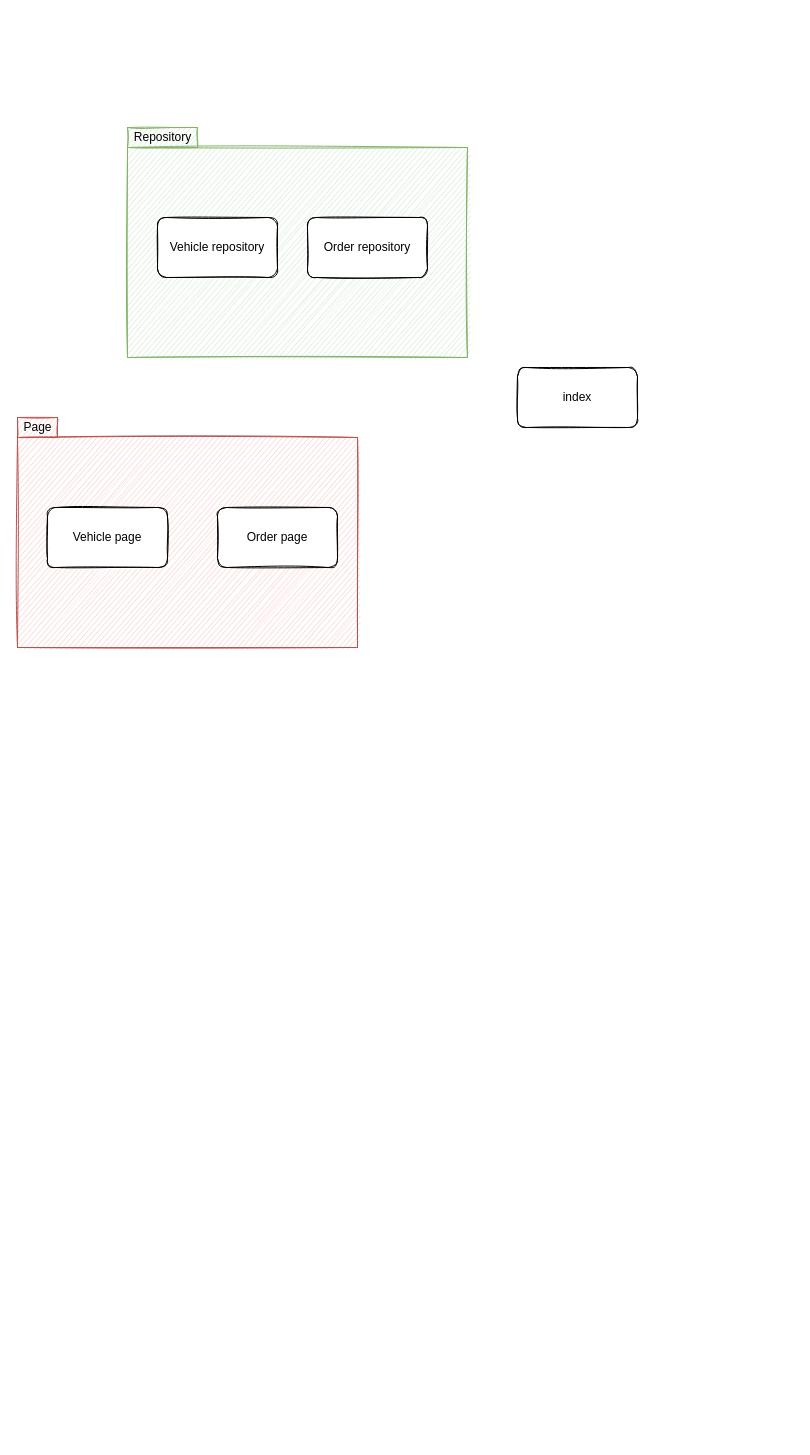
Earlier version of the draw.io diagram fluxogramas/Untitled Diagram.drawio (caioliveira277/drawio-fluxogramas). Source tidied: cells renumbered, new cells numbered last; positions are measured from the earlier drawing's top-left corner, leaving out a move shared by most shapes. Both pictures are drawn from the tidied source at 100%, with x=0, y=0 at pixel (17, 127).
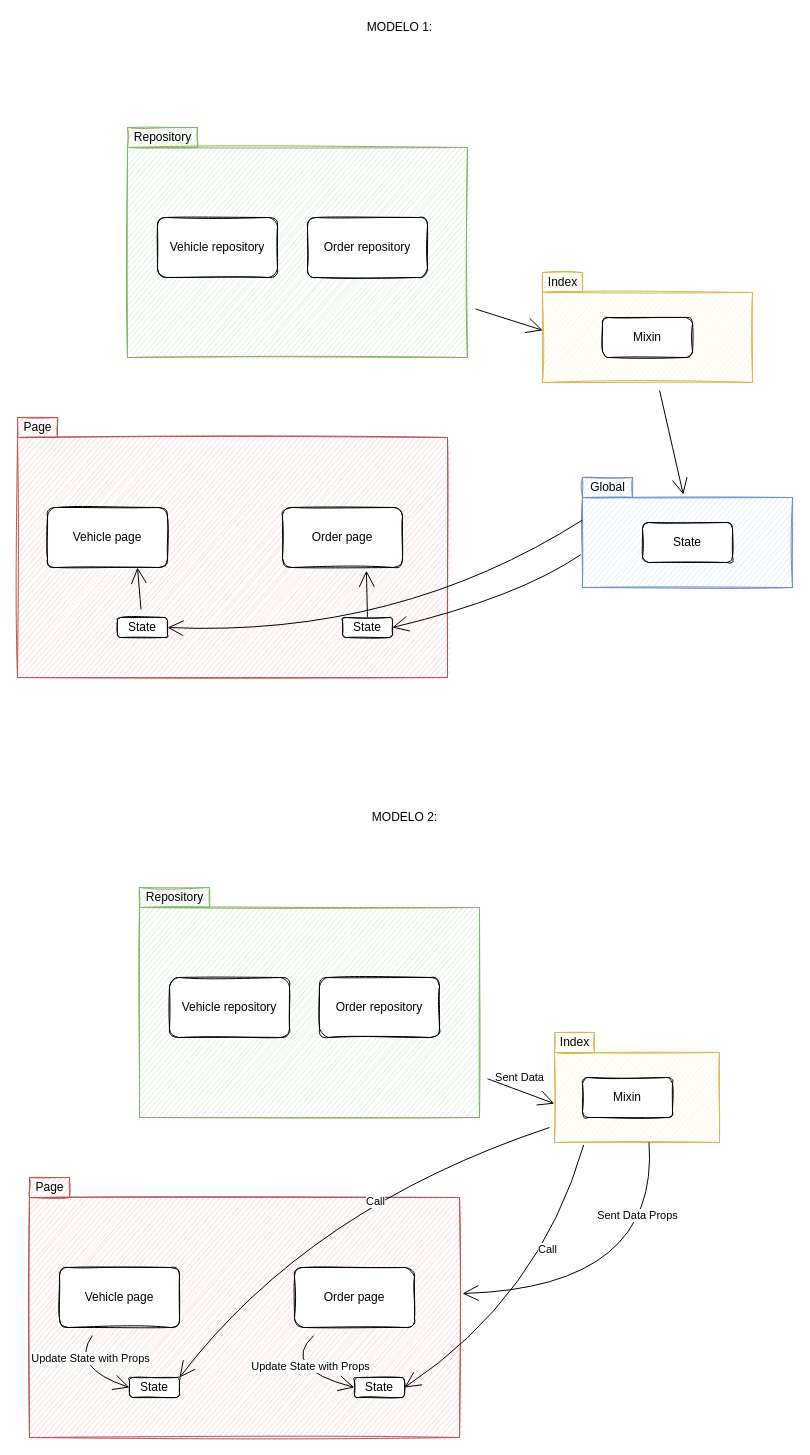
Above is the later version.

Unchanged cells that the change refers to:
```xml
<mxCell id="2" style="rounded=0;whiteSpace=wrap;html=1;shadow=0;glass=0;sketch=1;hachureGap=4;sketchStyle=rough;fillColor=#d5e8d4;strokeColor=#82b366;" parent="1" vertex="1">
  <mxGeometry x="110" y="20" width="340" height="210" as="geometry" />
</mxCell>
<mxCell id="9" value="Vehicle page" style="rounded=1;whiteSpace=wrap;html=1;hachureGap=4;sketch=1;glass=0;shadow=0;fixDash=0;sketchStyle=rough;" parent="1" vertex="1">
  <mxGeometry x="30" y="380" width="120" height="60" as="geometry" />
</mxCell>
```

What changed in the source:
```diff
@@
+    <mxCell id="11" style="rounded=0;whiteSpace=wrap;html=1;shadow=0;glass=0;sketch=1;hachureGap=4;sketchStyle=rough;fillColor=#dae8fc;strokeColor=#6c8ebf;" parent="1" vertex="1">
+      <mxGeometry x="565" y="370" width="210" height="90" as="geometry" />
+    </mxCell>
+    <mxCell id="12" style="edgeStyle=none;curved=1;rounded=0;jettySize=auto;html=1;entryX=0.48;entryY=-0.033;entryDx=0;entryDy=0;entryPerimeter=0;endArrow=open;startSize=14;endSize=14;sourcePerimeterSpacing=8;targetPerimeterSpacing=8;" parent="1" edge="1" source="13" target="11">
+      <mxGeometry relative="1" as="geometry" />
+    </mxCell>
+    <mxCell id="13" style="rounded=0;whiteSpace=wrap;html=1;shadow=0;glass=0;sketch=1;hachureGap=4;sketchStyle=rough;fillColor=#fff2cc;strokeColor=#d6b656;" parent="1" vertex="1">
+      <mxGeometry x="525" y="165" width="210" height="90" as="geometry" />
+    </mxCell>
+    <mxCell id="14" style="edgeStyle=none;curved=1;rounded=0;jettySize=auto;html=1;entryX=0.001;entryY=0.42;entryDx=0;entryDy=0;entryPerimeter=0;endArrow=open;startSize=14;endSize=14;sourcePerimeterSpacing=8;targetPerimeterSpacing=8;" parent="1" edge="1" source="2" target="13">
+      <mxGeometry relative="1" as="geometry" />
+    </mxCell>
@@
-    <mxCell id="3" value="index" style="rounded=1;whiteSpace=wrap;html=1;hachureGap=4;sketch=1;glass=0;shadow=0;fixDash=0;sketchStyle=rough;" parent="1" vertex="1">
-      <mxGeometry x="500" y="240" width="120" height="60" as="geometry" />
-    </mxCell>
@@
     <mxCell id="7" style="rounded=0;whiteSpace=wrap;html=1;shadow=0;glass=0;sketch=1;hachureGap=4;sketchStyle=rough;fillColor=#f8cecc;strokeColor=#b85450;" parent="1" vertex="1">
-      <mxGeometry y="310" width="340" height="210" as="geometry" />
+      <mxGeometry y="310" width="430" height="240" as="geometry" />
     </mxCell>
@@
     <mxCell id="10" value="Order page" style="rounded=1;whiteSpace=wrap;html=1;hachureGap=4;sketch=1;glass=0;shadow=0;fixDash=0;sketchStyle=rough;" parent="1" vertex="1">
-      <mxGeometry x="200" y="380" width="120" height="60" as="geometry" />
+      <mxGeometry x="265" y="380" width="120" height="60" as="geometry" />
     </mxCell>
+    <mxCell id="15" style="edgeStyle=none;curved=1;rounded=0;jettySize=auto;html=1;endArrow=open;startSize=14;endSize=14;sourcePerimeterSpacing=8;targetPerimeterSpacing=8;exitX=0.5;exitY=0;exitDx=0;exitDy=0;entryX=0.699;entryY=1.053;entryDx=0;entryDy=0;entryPerimeter=0;" parent="1" edge="1" source="16" target="10">
+      <mxGeometry relative="1" as="geometry" />
+    </mxCell>
+    <mxCell id="16" value="State" style="rounded=1;whiteSpace=wrap;html=1;hachureGap=4;sketch=1;glass=0;shadow=0;fixDash=0;sketchStyle=rough;" parent="1" vertex="1">
+      <mxGeometry x="325" y="490" width="50" height="20" as="geometry" />
+    </mxCell>
+    <mxCell id="17" style="edgeStyle=none;curved=1;rounded=0;jettySize=auto;html=1;entryX=0.75;entryY=1;entryDx=0;entryDy=0;endArrow=open;startSize=14;endSize=14;sourcePerimeterSpacing=8;targetPerimeterSpacing=8;" parent="1" edge="1" source="18" target="9">
+      <mxGeometry relative="1" as="geometry" />
+    </mxCell>
+    <mxCell id="18" value="State" style="rounded=1;whiteSpace=wrap;html=1;hachureGap=4;sketch=1;glass=0;shadow=0;fixDash=0;sketchStyle=rough;" parent="1" vertex="1">
+      <mxGeometry x="100" y="490" width="50" height="20" as="geometry" />
+    </mxCell>
+    <mxCell id="19" style="edgeStyle=none;curved=1;rounded=0;jettySize=auto;html=1;entryX=1;entryY=0.5;entryDx=0;entryDy=0;endArrow=open;startSize=14;endSize=14;sourcePerimeterSpacing=8;targetPerimeterSpacing=8;exitX=-0.008;exitY=0.635;exitDx=0;exitDy=0;exitPerimeter=0;" parent="1" edge="1" source="11" target="16">
+      <mxGeometry relative="1" as="geometry">
+        <Array as="points">
+          <mxPoint x="500" y="470" />
+        </Array>
+      </mxGeometry>
+    </mxCell>
+    <mxCell id="20" style="edgeStyle=none;curved=1;rounded=0;jettySize=auto;html=1;entryX=1;entryY=0.5;entryDx=0;entryDy=0;endArrow=open;startSize=14;endSize=14;sourcePerimeterSpacing=8;targetPerimeterSpacing=8;exitX=0;exitY=0.25;exitDx=0;exitDy=0;" parent="1" edge="1" source="11" target="18">
+      <mxGeometry relative="1" as="geometry">
+        <Array as="points">
+          <mxPoint x="380" y="510" />
+        </Array>
+      </mxGeometry>
+    </mxCell>
+    <mxCell id="21" value="State" style="rounded=1;whiteSpace=wrap;html=1;hachureGap=4;sketch=1;glass=0;shadow=0;fixDash=0;sketchStyle=rough;" parent="1" vertex="1">
+      <mxGeometry x="625" y="395" width="90" height="40" as="geometry" />
+    </mxCell>
+    <mxCell id="22" value="Mixin" style="rounded=1;whiteSpace=wrap;html=1;hachureGap=4;sketch=1;glass=0;shadow=0;fixDash=0;sketchStyle=rough;" parent="1" vertex="1">
+      <mxGeometry x="585" y="190" width="90" height="40" as="geometry" />
+    </mxCell>
+    <mxCell id="23" value="Index" style="text;html=1;align=center;verticalAlign=middle;strokeColor=#d6b656;fillColor=#fff2cc;sketch=1;" parent="1" vertex="1">
+      <mxGeometry x="525" y="145" width="40" height="20" as="geometry" />
+    </mxCell>
+    <mxCell id="24" value="Global" style="text;html=1;align=center;verticalAlign=middle;strokeColor=#6c8ebf;fillColor=#dae8fc;sketch=1;" parent="1" vertex="1">
+      <mxGeometry x="565" y="350" width="50" height="20" as="geometry" />
+    </mxCell>
+    <mxCell id="25" style="rounded=0;whiteSpace=wrap;html=1;shadow=0;glass=0;sketch=1;hachureGap=4;sketchStyle=rough;fillColor=#fff2cc;strokeColor=#d6b656;" parent="1" vertex="1">
+      <mxGeometry x="537" y="925" width="165" height="90" as="geometry" />
+    </mxCell>
+    <mxCell id="26" style="edgeStyle=none;curved=1;rounded=0;jettySize=auto;html=1;entryX=-0.001;entryY=0.568;entryDx=0;entryDy=0;entryPerimeter=0;endArrow=open;startSize=14;endSize=14;sourcePerimeterSpacing=8;targetPerimeterSpacing=8;" parent="1" edge="1" source="28" target="25">
+      <mxGeometry relative="1" as="geometry" />
+    </mxCell>
+    <mxCell id="27" value="Sent Data" style="edgeLabel;html=1;align=center;verticalAlign=middle;labelBackgroundColor=none;" parent="26" vertex="1">
+      <mxGeometry x="0.16" y="1" relative="1" as="geometry">
+        <mxPoint x="-7" y="-15" as="offset" />
+      </mxGeometry>
+    </mxCell>
+    <mxCell id="28" style="rounded=0;whiteSpace=wrap;html=1;shadow=0;glass=0;sketch=1;hachureGap=4;sketchStyle=rough;fillColor=#d5e8d4;strokeColor=#82b366;" parent="1" vertex="1">
+      <mxGeometry x="122" y="780" width="340" height="210" as="geometry" />
+    </mxCell>
+    <mxCell id="29" value="Vehicle repository" style="rounded=1;whiteSpace=wrap;html=1;hachureGap=4;sketch=1;glass=0;shadow=0;fixDash=0;sketchStyle=rough;" parent="1" vertex="1">
+      <mxGeometry x="152" y="850" width="120" height="60" as="geometry" />
+    </mxCell>
+    <mxCell id="30" value="Order repository" style="rounded=1;whiteSpace=wrap;html=1;hachureGap=4;sketch=1;glass=0;shadow=0;fixDash=0;sketchStyle=rough;" parent="1" vertex="1">
+      <mxGeometry x="302" y="850" width="120" height="60" as="geometry" />
+    </mxCell>
+    <mxCell id="31" value="Repository" style="text;html=1;align=center;verticalAlign=middle;strokeColor=#82b366;fillColor=#d5e8d4;sketch=1;" parent="1" vertex="1">
+      <mxGeometry x="122" y="760" width="70" height="20" as="geometry" />
+    </mxCell>
+    <mxCell id="32" style="rounded=0;whiteSpace=wrap;html=1;shadow=0;glass=0;sketch=1;hachureGap=4;sketchStyle=rough;fillColor=#f8cecc;strokeColor=#b85450;" parent="1" vertex="1">
+      <mxGeometry x="12" y="1070" width="430" height="240" as="geometry" />
+    </mxCell>
+    <mxCell id="33" value="Page" style="text;html=1;align=center;verticalAlign=middle;strokeColor=#b85450;fillColor=#f8cecc;sketch=1;" parent="1" vertex="1">
+      <mxGeometry x="12" y="1050" width="40" height="20" as="geometry" />
+    </mxCell>
+    <mxCell id="34" style="edgeStyle=none;curved=1;rounded=0;jettySize=auto;html=1;entryX=0;entryY=0.5;entryDx=0;entryDy=0;endArrow=open;startSize=14;endSize=14;sourcePerimeterSpacing=8;targetPerimeterSpacing=8;" parent="1" edge="1" source="35" target="40">
+      <mxGeometry relative="1" as="geometry">
+        <Array as="points">
+          <mxPoint x="52" y="1240" />
+        </Array>
+      </mxGeometry>
+    </mxCell>
+    <mxCell id="35" value="Vehicle page" style="rounded=1;whiteSpace=wrap;html=1;hachureGap=4;sketch=1;glass=0;shadow=0;fixDash=0;sketchStyle=rough;" parent="1" vertex="1">
+      <mxGeometry x="42" y="1140" width="120" height="60" as="geometry" />
+    </mxCell>
+    <mxCell id="36" style="edgeStyle=none;curved=1;rounded=0;jettySize=auto;html=1;entryX=0;entryY=0.5;entryDx=0;entryDy=0;endArrow=open;startSize=14;endSize=14;sourcePerimeterSpacing=8;targetPerimeterSpacing=8;" parent="1" edge="1" source="38" target="39">
+      <mxGeometry relative="1" as="geometry">
+        <Array as="points">
+          <mxPoint x="262" y="1240" />
+        </Array>
+      </mxGeometry>
+    </mxCell>
+    <mxCell id="37" value="Update State with Props" style="edgeLabel;html=1;align=center;verticalAlign=middle;" parent="36" vertex="1">
+      <mxGeometry x="0.22" y="9" relative="1" as="geometry" />
+    </mxCell>
+    <mxCell id="38" value="Order page" style="rounded=1;whiteSpace=wrap;html=1;hachureGap=4;sketch=1;glass=0;shadow=0;fixDash=0;sketchStyle=rough;" parent="1" vertex="1">
+      <mxGeometry x="277" y="1140" width="120" height="60" as="geometry" />
+    </mxCell>
+    <mxCell id="39" value="State" style="rounded=1;whiteSpace=wrap;html=1;hachureGap=4;sketch=1;glass=0;shadow=0;fixDash=0;sketchStyle=rough;" parent="1" vertex="1">
+      <mxGeometry x="337" y="1250" width="50" height="20" as="geometry" />
+    </mxCell>
+    <mxCell id="40" value="State" style="rounded=1;whiteSpace=wrap;html=1;hachureGap=4;sketch=1;glass=0;shadow=0;fixDash=0;sketchStyle=rough;" parent="1" vertex="1">
+      <mxGeometry x="112" y="1250" width="50" height="20" as="geometry" />
+    </mxCell>
+    <mxCell id="41" style="edgeStyle=none;curved=1;rounded=0;jettySize=auto;html=1;exitX=0.177;exitY=1.028;exitDx=0;exitDy=0;entryX=1;entryY=0.5;entryDx=0;entryDy=0;endArrow=open;startSize=14;endSize=14;sourcePerimeterSpacing=8;targetPerimeterSpacing=8;exitPerimeter=0;" parent="1" edge="1" source="25" target="39">
+      <mxGeometry relative="1" as="geometry">
+        <Array as="points">
+          <mxPoint x="522" y="1170" />
+        </Array>
+      </mxGeometry>
+    </mxCell>
+    <mxCell id="42" value="Call" style="edgeLabel;html=1;align=center;verticalAlign=middle;" parent="41" vertex="1">
+      <mxGeometry x="-0.17" y="-3" relative="1" as="geometry">
+        <mxPoint x="3" y="-23" as="offset" />
+      </mxGeometry>
+    </mxCell>
+    <mxCell id="43" style="edgeStyle=none;curved=1;rounded=0;jettySize=auto;html=1;entryX=1;entryY=0;entryDx=0;entryDy=0;endArrow=open;startSize=14;endSize=14;sourcePerimeterSpacing=8;targetPerimeterSpacing=8;" parent="1" edge="1" target="40">
+      <mxGeometry relative="1" as="geometry">
+        <mxPoint x="532" y="1000" as="sourcePoint" />
+        <Array as="points">
+          <mxPoint x="292" y="1080" />
+        </Array>
+      </mxGeometry>
+    </mxCell>
+    <mxCell id="44" value="Call" style="edgeLabel;html=1;align=center;verticalAlign=middle;" parent="43" vertex="1">
+      <mxGeometry x="-0.19" y="14" relative="1" as="geometry" />
+    </mxCell>
+    <mxCell id="45" value="Mixin" style="rounded=1;whiteSpace=wrap;html=1;hachureGap=4;sketch=1;glass=0;shadow=0;fixDash=0;sketchStyle=rough;" parent="1" vertex="1">
+      <mxGeometry x="565" y="950" width="90" height="40" as="geometry" />
+    </mxCell>
+    <mxCell id="46" value="Index" style="text;html=1;align=center;verticalAlign=middle;strokeColor=#d6b656;fillColor=#fff2cc;sketch=1;" parent="1" vertex="1">
+      <mxGeometry x="537" y="905" width="40" height="20" as="geometry" />
+    </mxCell>
+    <mxCell id="47" value="MODELO 2:" style="text;html=1;align=center;verticalAlign=middle;strokeColor=none;fillColor=none;" parent="1" vertex="1">
+      <mxGeometry x="347" y="680" width="80" height="20" as="geometry" />
+    </mxCell>
+    <mxCell id="48" value="MODELO 1:" style="text;html=1;align=center;verticalAlign=middle;strokeColor=none;fillColor=none;" parent="1" vertex="1">
+      <mxGeometry x="342" y="-110" width="80" height="20" as="geometry" />
+    </mxCell>
+    <mxCell id="49" style="edgeStyle=none;curved=1;rounded=0;jettySize=auto;html=1;exitX=0.573;exitY=0.997;exitDx=0;exitDy=0;endArrow=open;startSize=14;endSize=14;sourcePerimeterSpacing=8;targetPerimeterSpacing=8;exitPerimeter=0;" parent="1" edge="1" source="25">
+      <mxGeometry relative="1" as="geometry">
+        <mxPoint x="445" y="1166" as="targetPoint" />
+        <Array as="points">
+          <mxPoint x="642" y="1160" />
+        </Array>
+      </mxGeometry>
+    </mxCell>
+    <mxCell id="50" value="Sent Data Props" style="edgeLabel;html=1;align=center;verticalAlign=middle;" parent="49" vertex="1">
+      <mxGeometry x="-0.58" y="-17" relative="1" as="geometry" />
+    </mxCell>
+    <mxCell id="51" value="Update State with Props" style="edgeLabel;html=1;align=center;verticalAlign=middle;" parent="1" vertex="1">
+      <mxGeometry x="72" y="1230" as="geometry" />
+    </mxCell>
```
